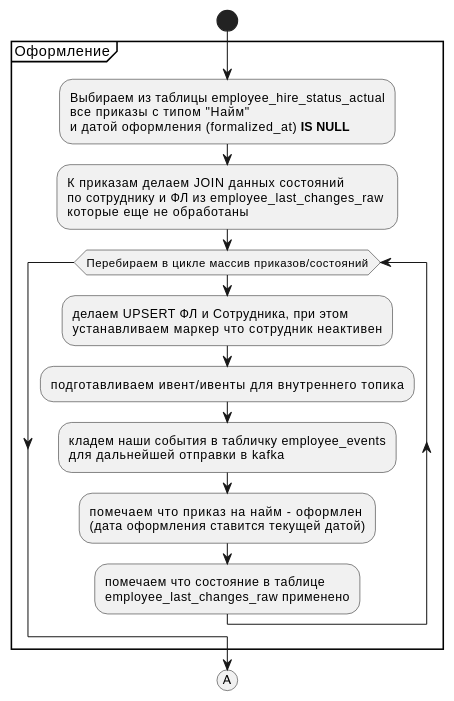
This is static/images/data/diagrams/staff-core/ProcessEmployeeUpdatesPg1.svg from x666ep/staff-core-architectural-analysis, a PlantUML export, as it was before one commit. Its diagram source:
```plantuml
@startuml ProcessEmployeeUpdatesPg1
skinparam ConditionEndStyle hline
scale max 500 height
    start
        group Оформление
            :Выбираем из таблицы employee_hire_status_actual
            все приказы с типом "Найм"
            и датой оформления (formalized_at) **IS NULL**;
            :К приказам делаем JOIN данных состояний
            по сотруднику и ФЛ из employee_last_changes_raw
            которые еще не обработаны;
            while (Перебираем в цикле массив приказов/состояний)
                :делаем UPSERT ФЛ и Сотрудника, при этом
                устанавливаем маркер что сотрудник неактивен;
                :подготавливаем ивент/ивенты для внутреннего топика;
                :кладем наши события в табличку employee_events
                для дальнейшей отправки в kafka;
                :помечаем что приказ на найм - оформлен
                (дата оформления ставится текущей датой);
                :помечаем что состояние в таблице
                employee_last_changes_raw применено;
            endwhile
        end group
        (A)
@enduml
```
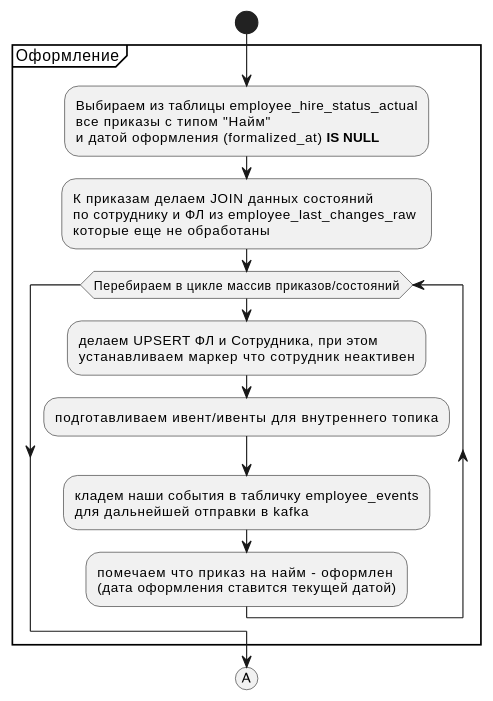
After the commit.

Diff of the diagram source:
```diff
@@ -17,8 +17,6 @@
                 для дальнейшей отправки в kafka;
                 :помечаем что приказ на найм - оформлен
                 (дата оформления ставится текущей датой);
-                :помечаем что состояние в таблице
-                employee_last_changes_raw применено;
             endwhile
         end group
         (A)
```
